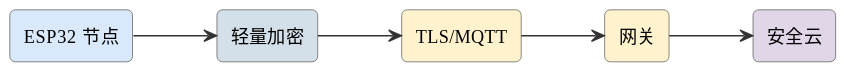
Above: assets/diagrams/ideas-fig105.svg in mingyi0818/IntelligentMcuCourse (PlantUML), before the change.
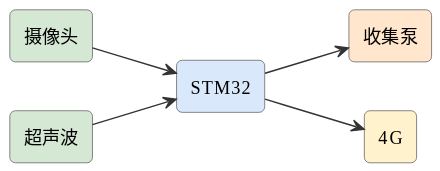
Later version of the same file.

Diff of the diagram source:
```diff
@@ -6,13 +6,13 @@
 skinparam arrowFontSize 11
 skinparam arrowColor #333
 left to right direction
-rectangle "ESP32 节点" as node #dae8fc
-rectangle "轻量加密" as enc #d3e0ea
-rectangle "TLS/MQTT" as tls #fff2cc
-rectangle "网关" as gw #fff2cc
-rectangle "安全云" as cloud #e1d5e8
-node --> enc
-enc --> tls
-tls --> gw
-gw --> cloud
+rectangle "摄像头" as cam #d5e8d4
+rectangle "STM32" as stm #dae8fc
+rectangle "收集泵" as pump #ffe6cc
+rectangle "超声波" as ult #d5e8d4
+rectangle "4G" as g #fff2cc
+cam --> stm
+stm --> pump
+ult --> stm
+stm --> g
 @enduml
```
